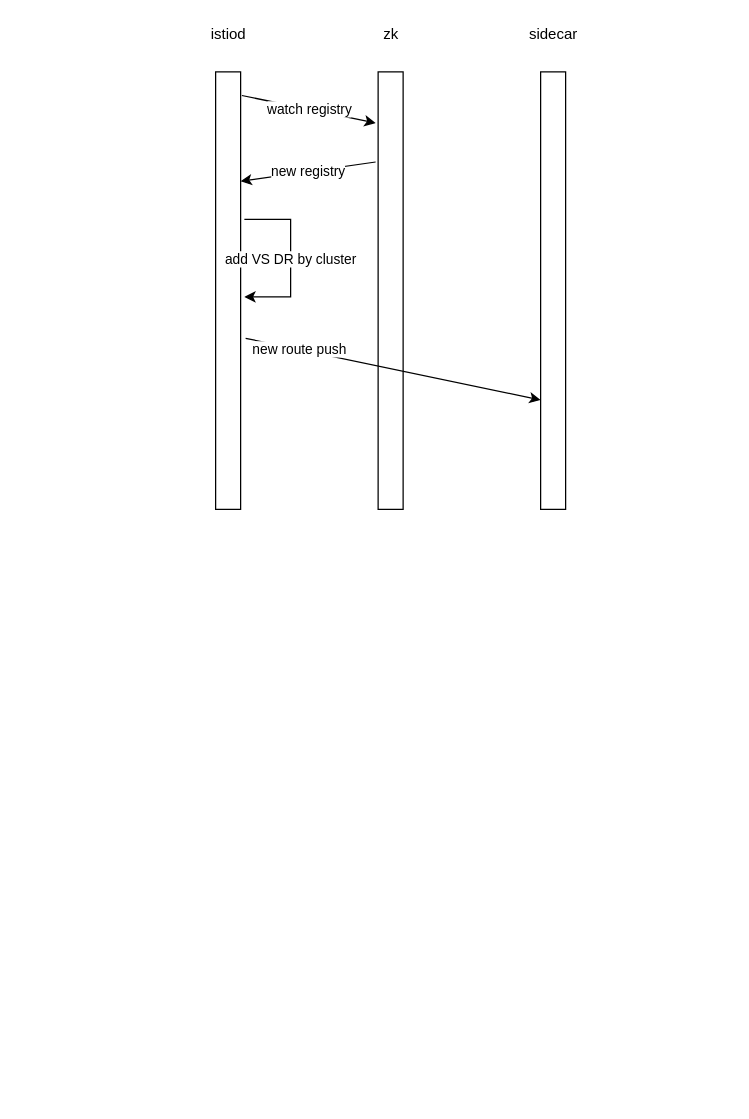
The draw.io diagram mesh/plan.drawio in yueyangtian/draw, before the edit. Source tidied: cells renumbered, new cells numbered last; positions are measured from the earlier drawing's top-left corner, leaving out a move shared by most shapes. Both pictures are drawn from the tidied source at 125%, with x=0, y=0 at pixel (202, 21).
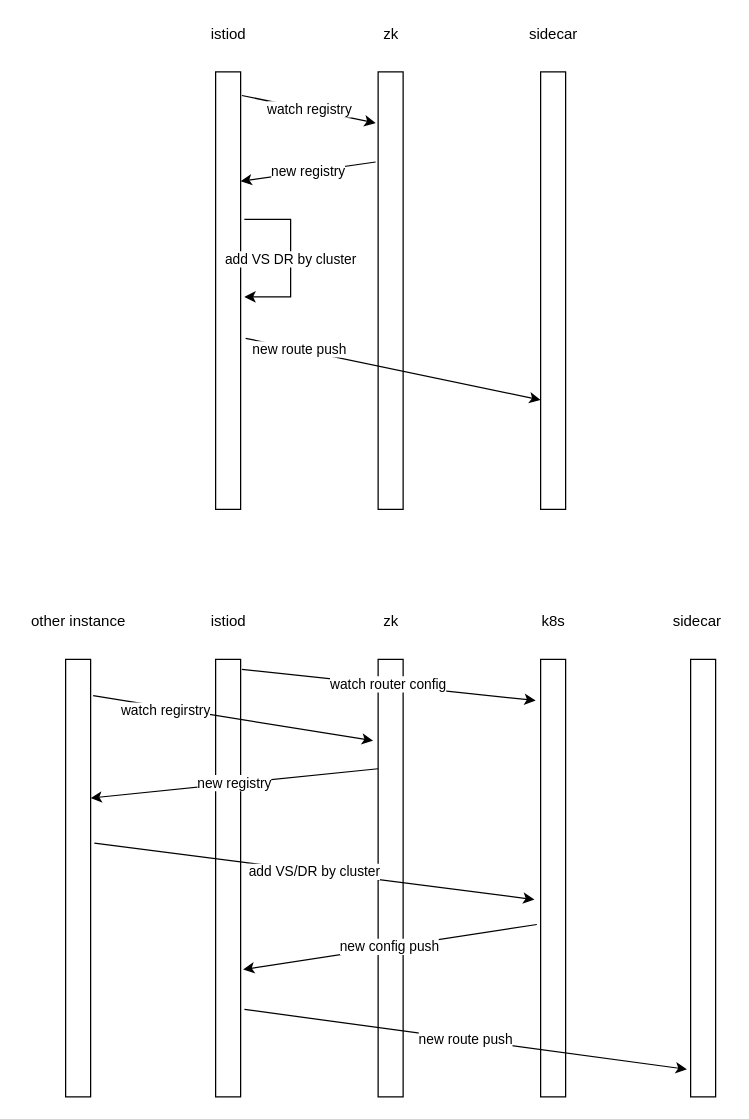
The same page after the edit.

Change to the diagram source:
```diff
@@
+    <mxCell id="13" style="rounded=0;whiteSpace=wrap;html=1;" parent="1" vertex="1">
+      <mxGeometry x="10" y="510" width="20" height="350" as="geometry" />
+    </mxCell>
+    <mxCell id="14" value="istiod" style="text;html=1;align=center;verticalAlign=middle;strokeColor=none;fillColor=none;" parent="1" vertex="1">
+      <mxGeometry y="470" width="40" height="20" as="geometry" />
+    </mxCell>
+    <mxCell id="15" style="rounded=0;whiteSpace=wrap;html=1;" parent="1" vertex="1">
+      <mxGeometry x="140" y="510" width="20" height="350" as="geometry" />
+    </mxCell>
+    <mxCell id="16" value="zk" style="text;html=1;align=center;verticalAlign=middle;strokeColor=none;fillColor=none;" parent="1" vertex="1">
+      <mxGeometry x="135" y="470" width="30" height="20" as="geometry" />
+    </mxCell>
+    <mxCell id="17" style="rounded=0;whiteSpace=wrap;html=1;" parent="1" vertex="1">
+      <mxGeometry x="270" y="510" width="20" height="350" as="geometry" />
+    </mxCell>
+    <mxCell id="18" value="sidecar" style="text;html=1;align=center;verticalAlign=middle;strokeColor=none;fillColor=none;" parent="1" vertex="1">
+      <mxGeometry x="370" y="470" width="50" height="20" as="geometry" />
+    </mxCell>
+    <mxCell id="19" style="rounded=0;whiteSpace=wrap;html=1;" parent="1" vertex="1">
+      <mxGeometry x="390" y="510" width="20" height="350" as="geometry" />
+    </mxCell>
+    <mxCell id="20" value="k8s" style="text;html=1;align=center;verticalAlign=middle;strokeColor=none;fillColor=none;" parent="1" vertex="1">
+      <mxGeometry x="265" y="470" width="30" height="20" as="geometry" />
+    </mxCell>
+    <mxCell id="21" value="watch router config" style="endArrow=classic;html=1;rounded=0;exitX=1.05;exitY=0.023;exitDx=0;exitDy=0;exitPerimeter=0;entryX=-0.2;entryY=0.094;entryDx=0;entryDy=0;entryPerimeter=0;" parent="1" edge="1" source="13" target="17">
+      <mxGeometry relative="1" as="geometry" />
+    </mxCell>
+    <mxCell id="22" style="rounded=0;whiteSpace=wrap;html=1;" parent="1" vertex="1">
+      <mxGeometry x="-110" y="510" width="20" height="350" as="geometry" />
+    </mxCell>
+    <mxCell id="23" value="other instance" style="text;html=1;align=center;verticalAlign=middle;strokeColor=none;fillColor=none;" parent="1" vertex="1">
+      <mxGeometry x="-145" y="470" width="90" height="20" as="geometry" />
+    </mxCell>
+    <mxCell id="24" style="endArrow=classic;html=1;rounded=0;exitX=1.1;exitY=0.083;exitDx=0;exitDy=0;exitPerimeter=0;entryX=-0.2;entryY=0.186;entryDx=0;entryDy=0;entryPerimeter=0;" parent="1" edge="1" source="22" target="15">
+      <mxGeometry relative="1" as="geometry" />
+    </mxCell>
+    <mxCell id="25" value="watch regirstry" style="edgeLabel;html=1;align=center;verticalAlign=middle;" parent="24" vertex="1">
+      <mxGeometry x="-0.48" y="-2" relative="1" as="geometry" />
+    </mxCell>
+    <mxCell id="26" value="new registry" style="endArrow=classic;html=1;rounded=0;exitX=0;exitY=0.25;exitDx=0;exitDy=0;entryX=1;entryY=0.317;entryDx=0;entryDy=0;entryPerimeter=0;" parent="1" edge="1" source="15" target="22">
+      <mxGeometry relative="1" as="geometry" />
+    </mxCell>
+    <mxCell id="27" value="add VS/DR by cluster" style="endArrow=classic;html=1;rounded=0;exitX=1.15;exitY=0.42;exitDx=0;exitDy=0;exitPerimeter=0;entryX=-0.25;entryY=0.549;entryDx=0;entryDy=0;entryPerimeter=0;" parent="1" edge="1" source="22" target="17">
+      <mxGeometry relative="1" as="geometry" />
+    </mxCell>
+    <mxCell id="28" value="new config push" style="endArrow=classic;html=1;rounded=0;entryX=1.1;entryY=0.709;entryDx=0;entryDy=0;entryPerimeter=0;exitX=-0.15;exitY=0.606;exitDx=0;exitDy=0;exitPerimeter=0;" parent="1" edge="1" source="17" target="13">
+      <mxGeometry relative="1" as="geometry" />
+    </mxCell>
+    <mxCell id="29" value="new route push" style="endArrow=classic;html=1;rounded=0;exitX=1.15;exitY=0.8;exitDx=0;exitDy=0;exitPerimeter=0;entryX=-0.15;entryY=0.937;entryDx=0;entryDy=0;entryPerimeter=0;" parent="1" edge="1" source="13" target="19">
+      <mxGeometry relative="1" as="geometry" />
+    </mxCell>
```
